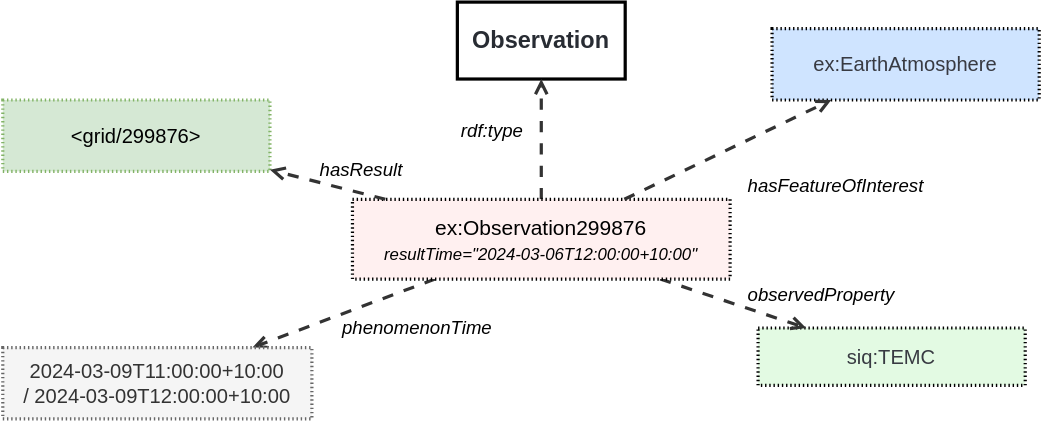
This is ssn/images/forecast.svg from afeliachi/sdw-sosa-ssn, a draw.io export, as it was before one commit. Source tidied: cells renumbered, new cells last; positions are measured from the earlier drawing's top-left corner, leaving out a move shared by most shapes.
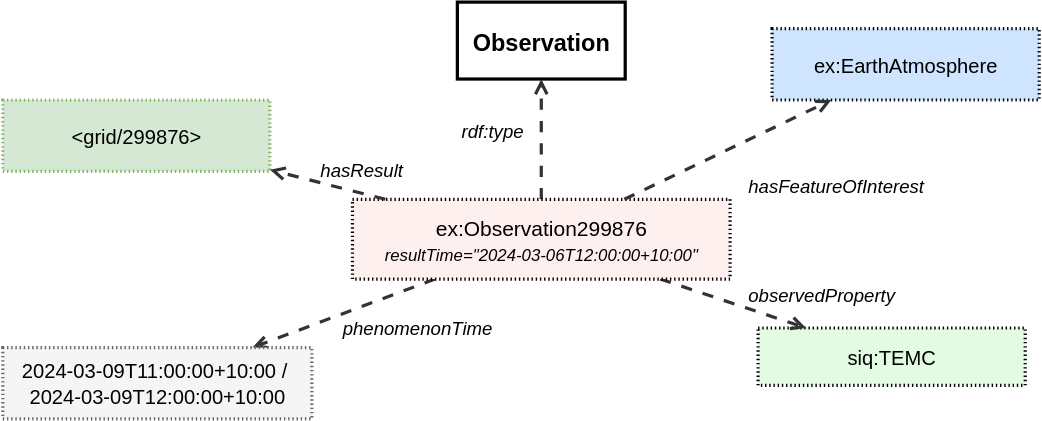
After the change.

The edit, as a diff of the source:
```diff
@@ -2,52 +2,52 @@
   <root>
     <mxCell id="0" />
     <mxCell id="1" parent="0" />
-    <mxCell id="2" value="&lt;font face=&quot;Helvetica&quot;&gt;&amp;lt;grid/299876&amp;gt;&lt;/font&gt;" style="html=1;overflow=block;blockSpacing=1;whiteSpace=wrap;fontSize=14.4;fontFamily=DejaVu Sans Mono;align=center;spacing=0;strokeOpacity=100;fillOpacity=100;fillColor=#d5e8d4;dashed=1;fixDash=1;dashPattern=1 2;strokeWidth=2.3;strokeColor=#82b366;" parent="1" vertex="1">
+    <mxCell id="2" value="&lt;font&gt;&amp;lt;grid/299876&amp;gt;&lt;/font&gt;" style="html=1;overflow=block;blockSpacing=1;whiteSpace=wrap;fontSize=14.4;fontFamily=Helvetica;align=center;spacing=0;strokeOpacity=100;fillOpacity=100;fillColor=#d5e8d4;dashed=1;fixDash=1;dashPattern=1 2;strokeWidth=2.3;strokeColor=#82b366;fontColor=default;convertToSvg=1;" parent="1" vertex="1">
       <mxGeometry y="70" width="191" height="51" as="geometry" />
     </mxCell>
-    <mxCell id="3" value="Observation" style="html=1;overflow=block;blockSpacing=1;whiteSpace=wrap;fontSize=16.8;fontColor=#282c33;fontStyle=1;align=center;spacing=0;strokeOpacity=100;fillOpacity=0;fillColor=#000000;strokeWidth=2.3;" parent="1" vertex="1">
+    <mxCell id="3" value="Observation" style="html=1;overflow=block;blockSpacing=1;whiteSpace=wrap;fontSize=16.8;fontColor=default;fontStyle=1;align=center;spacing=0;strokeOpacity=100;fillOpacity=0;fillColor=#000000;strokeWidth=2.3;convertToSvg=1;fontFamily=Helvetica;" parent="1" vertex="1">
       <mxGeometry x="325" width="120" height="55" as="geometry" />
     </mxCell>
-    <mxCell id="4" value="rdf:type" style="html=1;overflow=block;blockSpacing=1;whiteSpace=wrap;fontSize=13.3;fontStyle=2;align=left;spacing=3.8;verticalAlign=top;strokeColor=none;fillOpacity=0;fillColor=#ffffff;dashed=1;fixDash=1;dashPattern=16 6;strokeWidth=0;lucidId=A-tLJZ_WLiK6;" parent="1" vertex="1">
+    <mxCell id="4" value="rdf:type" style="html=1;overflow=block;blockSpacing=1;whiteSpace=wrap;fontSize=13.3;fontStyle=2;align=left;spacing=3.8;verticalAlign=top;strokeColor=none;fillOpacity=0;fillColor=#ffffff;dashed=1;fixDash=1;dashPattern=16 6;strokeWidth=0;lucidId=A-tLJZ_WLiK6;fontColor=default;convertToSvg=1;fontFamily=Helvetica;" parent="1" vertex="1">
       <mxGeometry x="325" y="82" width="70" height="28" as="geometry" />
     </mxCell>
-    <mxCell id="5" style="html=1;jettySize=18;whiteSpace=wrap;fontSize=13;strokeColor=#333333;strokeOpacity=100;dashed=1;fixDash=1;dashPattern=8 8;strokeWidth=2.3;rounded=0;startArrow=none;endArrow=open;lucidId=A-tLlVsy8QA~;" parent="1" edge="1" source="10" target="3">
+    <mxCell id="5" style="html=1;jettySize=18;whiteSpace=wrap;fontSize=13;strokeColor=#333333;strokeOpacity=100;dashed=1;fixDash=1;dashPattern=8 8;strokeWidth=2.3;rounded=0;startArrow=none;endArrow=open;lucidId=A-tLlVsy8QA~;fontColor=default;convertToSvg=1;fontFamily=Helvetica;" parent="1" edge="1" source="10" target="3">
       <mxGeometry relative="1" as="geometry" />
     </mxCell>
-    <mxCell id="6" value="&lt;font face=&quot;Helvetica&quot;&gt;siq:TEMC&lt;/font&gt;" style="points=[[0.471,1.016,0]];html=1;overflow=block;blockSpacing=1;whiteSpace=wrap;fontSize=14.4;fontFamily=DejaVu Sans Mono;fontColor=#383a42;align=center;spacing=0;strokeOpacity=100;fillOpacity=100;fillColor=#e3fae3;dashed=1;fixDash=1;dashPattern=1 2;strokeWidth=2.3;" parent="1" vertex="1">
+    <mxCell id="6" value="&lt;font&gt;siq:TEMC&lt;/font&gt;" style="points=[[0.471,1.016,0]];html=1;overflow=block;blockSpacing=1;whiteSpace=wrap;fontSize=14.4;fontFamily=Helvetica;fontColor=default;align=center;spacing=0;strokeOpacity=100;fillOpacity=100;fillColor=#e3fae3;dashed=1;fixDash=1;dashPattern=1 2;strokeWidth=2.3;convertToSvg=1;" parent="1" vertex="1">
       <mxGeometry x="540" y="233" width="191" height="41" as="geometry" />
     </mxCell>
-    <mxCell id="7" style="html=1;jettySize=18;whiteSpace=wrap;fontSize=13;strokeColor=#333333;strokeOpacity=100;dashed=1;fixDash=1;dashPattern=8 8;strokeWidth=2.3;rounded=0;startArrow=none;endArrow=open;lucidId=A-tLJ03LX-C-;" parent="1" edge="1" source="10" target="6">
+    <mxCell id="7" style="html=1;jettySize=18;whiteSpace=wrap;fontSize=13;strokeColor=#333333;strokeOpacity=100;dashed=1;fixDash=1;dashPattern=8 8;strokeWidth=2.3;rounded=0;startArrow=none;endArrow=open;lucidId=A-tLJ03LX-C-;fontColor=default;convertToSvg=1;fontFamily=Helvetica;" parent="1" edge="1" source="10" target="6">
       <mxGeometry relative="1" as="geometry" />
     </mxCell>
-    <mxCell id="8" value="&lt;font face=&quot;Helvetica&quot;&gt;ex:EarthAtmosphere&lt;/font&gt;" style="html=1;overflow=block;blockSpacing=1;whiteSpace=wrap;fontSize=14.4;fontFamily=DejaVu Sans Mono;fontColor=#383a42;align=center;spacing=0;strokeOpacity=100;fillOpacity=100;fillColor=#cfe4ff;dashed=1;fixDash=1;dashPattern=1 2;strokeWidth=2.3;" parent="1" vertex="1">
+    <mxCell id="8" value="&lt;font&gt;ex:EarthAtmosphere&lt;/font&gt;" style="html=1;overflow=block;blockSpacing=1;whiteSpace=wrap;fontSize=14.4;fontFamily=Helvetica;fontColor=default;align=center;spacing=0;strokeOpacity=100;fillOpacity=100;fillColor=#cfe4ff;dashed=1;fixDash=1;dashPattern=1 2;strokeWidth=2.3;convertToSvg=1;" parent="1" vertex="1">
       <mxGeometry x="550" y="19" width="191" height="51" as="geometry" />
     </mxCell>
-    <mxCell id="9" style="html=1;jettySize=18;whiteSpace=wrap;fontSize=13;strokeColor=#333333;strokeOpacity=100;dashed=1;fixDash=1;dashPattern=8 8;strokeWidth=2.3;rounded=0;startArrow=none;endArrow=open;lucidId=A-tL4dQTPhSz;" parent="1" edge="1" source="10" target="15">
+    <mxCell id="9" style="html=1;jettySize=18;whiteSpace=wrap;fontSize=13;strokeColor=#333333;strokeOpacity=100;dashed=1;fixDash=1;dashPattern=8 8;strokeWidth=2.3;rounded=0;startArrow=none;endArrow=open;lucidId=A-tL4dQTPhSz;fontColor=default;convertToSvg=1;fontFamily=Helvetica;" parent="1" edge="1" source="10" target="15">
       <mxGeometry relative="1" as="geometry" />
     </mxCell>
-    <mxCell id="10" value="&lt;font face=&quot;Helvetica&quot;&gt;ex:Observation299876&lt;br&gt;&lt;font style=&quot;font-size: 12px;&quot;&gt;&lt;i&gt;resultTime=&quot;2024-03-06T12:00:00+10:00&quot;&lt;/i&gt;&lt;/font&gt;&lt;/font&gt;" style="points=[[0.55,0.278,0]];html=1;overflow=block;blockSpacing=1;whiteSpace=wrap;fontSize=15;fontFamily=DejaVu Sans Mono;align=center;spacing=0;strokeOpacity=100;fillOpacity=100;fillColor=#fff0f0;dashed=1;fixDash=1;dashPattern=1 2;strokeWidth=2.3;" parent="1" vertex="1">
+    <mxCell id="10" value="&lt;font&gt;ex:Observation299876&lt;br&gt;&lt;font style=&quot;font-size: 12px;&quot;&gt;&lt;i&gt;resultTime=&quot;2024-03-06T12:00:00+10:00&quot;&lt;/i&gt;&lt;/font&gt;&lt;/font&gt;" style="points=[[0.55,0.278,0]];html=1;overflow=block;blockSpacing=1;whiteSpace=wrap;fontSize=15;fontFamily=Helvetica;align=center;spacing=0;strokeOpacity=100;fillOpacity=100;fillColor=#fff0f0;dashed=1;fixDash=1;dashPattern=1 2;strokeWidth=2.3;fontColor=default;convertToSvg=1;" parent="1" vertex="1">
       <mxGeometry x="250" y="141" width="270" height="57" as="geometry" />
     </mxCell>
-    <mxCell id="11" style="html=1;jettySize=18;whiteSpace=wrap;fontSize=13;strokeColor=#333333;strokeOpacity=100;dashed=1;fixDash=1;dashPattern=8 8;strokeWidth=2.3;rounded=0;startArrow=none;endArrow=open;lucidId=m.tLpbR_ObS~;" parent="1" edge="1" source="10" target="8">
+    <mxCell id="11" style="html=1;jettySize=18;whiteSpace=wrap;fontSize=13;strokeColor=#333333;strokeOpacity=100;dashed=1;fixDash=1;dashPattern=8 8;strokeWidth=2.3;rounded=0;startArrow=none;endArrow=open;lucidId=m.tLpbR_ObS~;fontColor=default;convertToSvg=1;fontFamily=Helvetica;" parent="1" edge="1" source="10" target="8">
       <mxGeometry relative="1" as="geometry" />
     </mxCell>
-    <mxCell id="12" style="html=1;jettySize=18;whiteSpace=wrap;fontSize=13;strokeColor=#333333;strokeOpacity=100;dashed=1;fixDash=1;dashPattern=8 8;strokeWidth=2.3;rounded=0;startArrow=none;endArrow=open;lucidId=w.tLvAd8Xd-0;" parent="1" edge="1" source="10" target="2">
+    <mxCell id="12" style="html=1;jettySize=18;whiteSpace=wrap;fontSize=13;strokeColor=#333333;strokeOpacity=100;dashed=1;fixDash=1;dashPattern=8 8;strokeWidth=2.3;rounded=0;startArrow=none;endArrow=open;lucidId=w.tLvAd8Xd-0;fontColor=default;convertToSvg=1;fontFamily=Helvetica;" parent="1" edge="1" source="10" target="2">
       <mxGeometry relative="1" as="geometry" />
     </mxCell>
-    <mxCell id="13" value="phenomenonTime" style="html=1;overflow=block;blockSpacing=1;whiteSpace=wrap;fontSize=13.3;fontStyle=2;align=left;spacing=3.8;verticalAlign=top;strokeColor=none;fillOpacity=0;fillColor=#ffffff;dashed=1;fixDash=1;dashPattern=16 6;strokeWidth=0;lucidId=J.tLM3dq~phv;" parent="1" vertex="1">
+    <mxCell id="13" value="phenomenonTime" style="html=1;overflow=block;blockSpacing=1;whiteSpace=wrap;fontSize=13.3;fontStyle=2;align=left;spacing=3.8;verticalAlign=top;strokeColor=none;fillOpacity=0;fillColor=#ffffff;dashed=1;fixDash=1;dashPattern=16 6;strokeWidth=0;lucidId=J.tLM3dq~phv;fontColor=default;convertToSvg=1;fontFamily=Helvetica;" parent="1" vertex="1">
       <mxGeometry x="240" y="223" width="101" height="24" as="geometry" />
     </mxCell>
-    <mxCell id="14" value="hasResult" style="html=1;overflow=block;blockSpacing=1;whiteSpace=wrap;fontSize=13.3;fontStyle=2;align=left;spacing=3.8;verticalAlign=top;strokeColor=none;fillOpacity=0;fillColor=#ffffff;dashed=1;fixDash=1;dashPattern=16 6;strokeWidth=0;lucidId=W.tLqPjniz9z;" parent="1" vertex="1">
+    <mxCell id="14" value="hasResult" style="html=1;overflow=block;blockSpacing=1;whiteSpace=wrap;fontSize=13.3;fontStyle=2;align=left;spacing=3.8;verticalAlign=top;strokeColor=none;fillOpacity=0;fillColor=#ffffff;dashed=1;fixDash=1;dashPattern=16 6;strokeWidth=0;lucidId=W.tLqPjniz9z;fontColor=default;convertToSvg=1;fontFamily=Helvetica;" parent="1" vertex="1">
       <mxGeometry x="224" y="110" width="101" height="24" as="geometry" />
     </mxCell>
-    <mxCell id="15" value="&lt;font face=&quot;Helvetica&quot;&gt;2024-03-09T11:00:00+10:00 /&amp;nbsp;2024-03-09T12:00:00+10:00&lt;/font&gt;" style="html=1;overflow=block;blockSpacing=1;whiteSpace=wrap;fontSize=14.4;fontFamily=DejaVu Sans Mono;align=center;spacing=0;strokeOpacity=100;fillOpacity=100;fillColor=#f5f5f5;dashed=1;fixDash=1;dashPattern=1 2;strokeWidth=2.3;strokeColor=#666666;fontColor=#333333;" parent="1" vertex="1">
+    <mxCell id="15" value="&lt;font&gt;2024-03-09T11:00:00+10:00 /&amp;nbsp;&lt;br&gt;2024-03-09T12:00:00+10:00&lt;/font&gt;" style="html=1;overflow=block;blockSpacing=1;whiteSpace=wrap;fontSize=14.4;fontFamily=Helvetica;align=center;spacing=0;strokeOpacity=100;fillOpacity=100;fillColor=#f5f5f5;dashed=1;fixDash=1;dashPattern=1 2;strokeWidth=2.3;strokeColor=#666666;fontColor=default;convertToSvg=1;" parent="1" vertex="1">
       <mxGeometry y="247" width="221" height="51" as="geometry" />
     </mxCell>
-    <mxCell id="16" value="hasFeatureOfInterest" style="html=1;overflow=block;blockSpacing=1;whiteSpace=wrap;fontSize=13.3;fontStyle=2;align=left;spacing=3.8;verticalAlign=top;strokeColor=none;fillOpacity=0;fillColor=#ffffff;dashed=1;fixDash=1;dashPattern=16 6;strokeWidth=0;lucidId=J.tLM3dq~phv;" parent="1" vertex="1">
+    <mxCell id="16" value="hasFeatureOfInterest" style="html=1;overflow=block;blockSpacing=1;whiteSpace=wrap;fontSize=13.3;fontStyle=2;align=left;spacing=3.8;verticalAlign=top;strokeColor=none;fillOpacity=0;fillColor=#ffffff;dashed=1;fixDash=1;dashPattern=16 6;strokeWidth=0;lucidId=J.tLM3dq~phv;fontColor=default;convertToSvg=1;fontFamily=Helvetica;" parent="1" vertex="1">
       <mxGeometry x="530" y="121" width="101" height="24" as="geometry" />
     </mxCell>
-    <mxCell id="17" value="observedProperty" style="html=1;overflow=block;blockSpacing=1;whiteSpace=wrap;fontSize=13.3;fontStyle=2;align=left;spacing=3.8;verticalAlign=top;strokeColor=none;fillOpacity=0;fillColor=#ffffff;dashed=1;fixDash=1;dashPattern=16 6;strokeWidth=0;lucidId=J.tLM3dq~phv;" parent="1" vertex="1">
+    <mxCell id="17" value="observedProperty" style="html=1;overflow=block;blockSpacing=1;whiteSpace=wrap;fontSize=13.3;fontStyle=2;align=left;spacing=3.8;verticalAlign=top;strokeColor=none;fillOpacity=0;fillColor=#ffffff;dashed=1;fixDash=1;dashPattern=16 6;strokeWidth=0;lucidId=J.tLM3dq~phv;fontColor=default;convertToSvg=1;fontFamily=Helvetica;" parent="1" vertex="1">
       <mxGeometry x="530" y="199" width="101" height="24" as="geometry" />
     </mxCell>
   </root>
```
